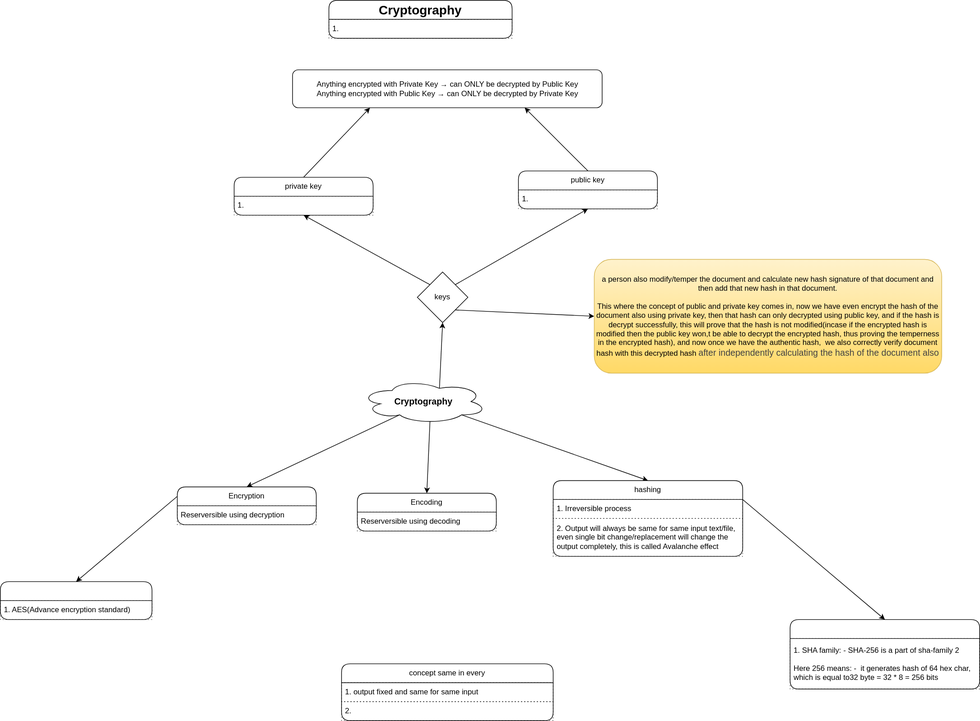
The draw.io diagram security/cryptography/cryptography.svg in knpvt5/Programming-Concepts, before a commit. Source tidied: cells renumbered, new cells last; positions are measured from the earlier drawing's top-left corner, leaving out a move shared by most shapes.
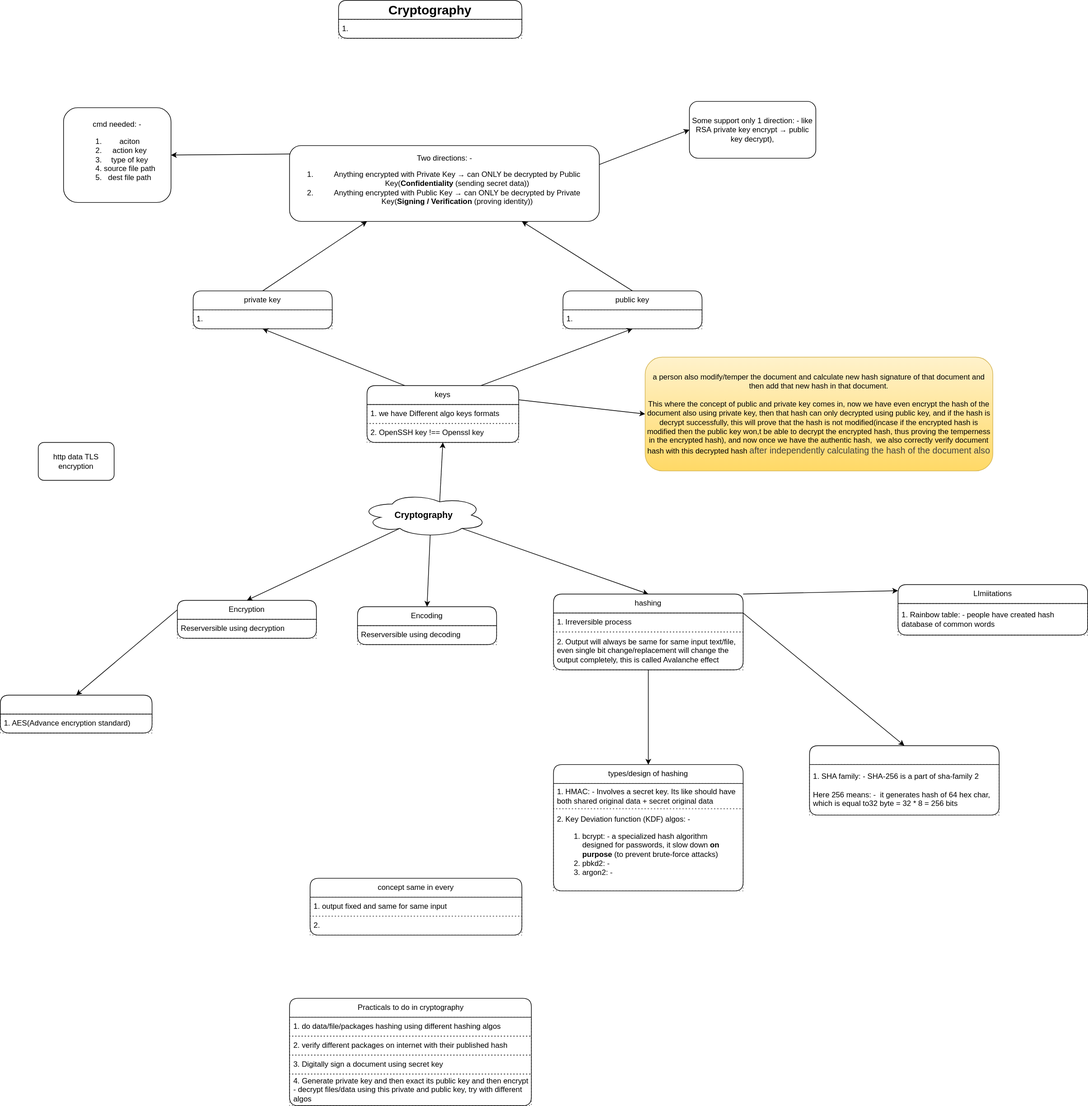
The same file after the commit.

The edit, as a diff of the source:
```diff
@@ -30,16 +30,25 @@
       <mxGeometry relative="1" as="geometry" />
     </mxCell>
     <mxCell id="11" value="private key" style="swimlane;fontStyle=0;horizontal=1;startSize=30;whiteSpace=wrap;html=1;rounded=1;" parent="1" vertex="1">
-      <mxGeometry x="370" y="280" width="220" height="60" as="geometry" />
+      <mxGeometry x="305" y="280" width="220" height="60" as="geometry" />
     </mxCell>
     <mxCell id="12" value="1." style="text;strokeColor=default;fillColor=none;align=left;verticalAlign=middle;spacingLeft=4;spacingRight=4;overflow=hidden;whiteSpace=wrap;html=1;dashed=1;dashPattern=1 4;" parent="11" vertex="1">
       <mxGeometry y="30" width="220" height="30" as="geometry" />
     </mxCell>
+    <mxCell id="34" value="keys" style="swimlane;fontStyle=0;horizontal=1;startSize=30;whiteSpace=wrap;html=1;rounded=1;" parent="1" vertex="1">
+      <mxGeometry x="580" y="430" width="240" height="90" as="geometry" />
+    </mxCell>
+    <mxCell id="37" value="1. we have Different algo keys formats" style="text;strokeColor=default;fillColor=none;align=left;verticalAlign=middle;spacingLeft=4;spacingRight=4;overflow=hidden;whiteSpace=wrap;html=1;dashed=1;dashPattern=1 4;" parent="34" vertex="1">
+      <mxGeometry y="30" width="240" height="30" as="geometry" />
+    </mxCell>
+    <mxCell id="38" value="2. OpenSSH key !== Openssl key" style="text;strokeColor=default;fillColor=none;align=left;verticalAlign=middle;spacingLeft=4;spacingRight=4;overflow=hidden;whiteSpace=wrap;html=1;dashed=1;dashPattern=1 4;" parent="34" vertex="1">
+      <mxGeometry y="60" width="240" height="30" as="geometry" />
+    </mxCell>
     <mxCell id="13" style="edgeStyle=none;html=1;exitX=0.5;exitY=0;exitDx=0;exitDy=0;entryX=0.75;entryY=1;entryDx=0;entryDy=0;" parent="1" edge="1" source="14" target="35">
       <mxGeometry relative="1" as="geometry" />
     </mxCell>
     <mxCell id="14" value="public key" style="swimlane;fontStyle=0;horizontal=1;startSize=30;whiteSpace=wrap;html=1;rounded=1;" parent="1" vertex="1">
-      <mxGeometry x="820" y="270" width="220" height="60" as="geometry" />
+      <mxGeometry x="890" y="280" width="220" height="60" as="geometry" />
     </mxCell>
     <mxCell id="15" value="1." style="text;strokeColor=default;fillColor=none;align=left;verticalAlign=middle;spacingLeft=4;spacingRight=4;overflow=hidden;whiteSpace=wrap;html=1;dashed=1;dashPattern=1 4;" parent="14" vertex="1">
       <mxGeometry y="30" width="220" height="30" as="geometry" />
@@ -57,7 +66,7 @@
       <mxGeometry y="30" width="240" height="30" as="geometry" />
     </mxCell>
     <mxCell id="20" value="&lt;div style=&quot;text-align: left;&quot;&gt;&lt;span style=&quot;background-color: transparent;&quot;&gt;concept same in every&lt;/span&gt;&lt;/div&gt;" style="swimlane;fontStyle=0;horizontal=1;startSize=30;whiteSpace=wrap;html=1;rounded=1;" parent="1" vertex="1">
-      <mxGeometry x="540" y="1050" width="335" height="90" as="geometry" />
+      <mxGeometry x="490" y="1210" width="335" height="90" as="geometry" />
     </mxCell>
     <mxCell id="21" value="1. output fixed and same for same input" style="text;strokeColor=default;fillColor=none;align=left;verticalAlign=middle;spacingLeft=4;spacingRight=4;overflow=hidden;whiteSpace=wrap;html=1;dashed=1;dashPattern=1 4;" parent="20" vertex="1">
       <mxGeometry y="30" width="335" height="30" as="geometry" />
@@ -65,9 +74,27 @@
     <mxCell id="22" value="2.&amp;nbsp;" style="text;strokeColor=default;fillColor=none;align=left;verticalAlign=middle;spacingLeft=4;spacingRight=4;overflow=hidden;whiteSpace=wrap;html=1;dashed=1;dashPattern=1 4;" parent="20" vertex="1">
       <mxGeometry y="60" width="335" height="30" as="geometry" />
     </mxCell>
+    <mxCell id="39" value="&lt;div style=&quot;text-align: left;&quot;&gt;&lt;font style=&quot;color: light-dark(rgb(0, 0, 0), rgb(255, 255, 255));&quot;&gt;Practicals to do in cryptography&lt;/font&gt;&lt;/div&gt;" style="swimlane;fontStyle=0;horizontal=1;startSize=30;whiteSpace=wrap;html=1;rounded=1;fillColor=light-dark(#FFFFFF,#FF0000);" parent="1" vertex="1">
+      <mxGeometry x="457.5" y="1400" width="382.5" height="170" as="geometry" />
+    </mxCell>
+    <mxCell id="40" value="1. do data/file/packages hashing using different hashing algos" style="text;strokeColor=default;fillColor=none;align=left;verticalAlign=middle;spacingLeft=4;spacingRight=4;overflow=hidden;whiteSpace=wrap;html=1;dashed=1;dashPattern=1 4;" parent="39" vertex="1">
+      <mxGeometry y="30" width="382.5" height="30" as="geometry" />
+    </mxCell>
+    <mxCell id="41" value="2. verify different packages on internet with their published hash" style="text;strokeColor=default;fillColor=none;align=left;verticalAlign=middle;spacingLeft=4;spacingRight=4;overflow=hidden;whiteSpace=wrap;html=1;dashed=1;dashPattern=1 4;" parent="39" vertex="1">
+      <mxGeometry y="60" width="382.5" height="30" as="geometry" />
+    </mxCell>
+    <mxCell id="42" value="3. Digitally sign a document using secret key" style="text;strokeColor=default;fillColor=none;align=left;verticalAlign=middle;spacingLeft=4;spacingRight=4;overflow=hidden;whiteSpace=wrap;html=1;dashed=1;dashPattern=1 4;" parent="39" vertex="1">
+      <mxGeometry y="90" width="382.5" height="30" as="geometry" />
+    </mxCell>
+    <mxCell id="43" value="4. Generate private key and then exact its public key and then encrypt - decrypt files/data using this private and public key, try with different algos" style="text;strokeColor=default;fillColor=none;align=left;verticalAlign=middle;spacingLeft=4;spacingRight=4;overflow=hidden;whiteSpace=wrap;html=1;dashed=1;dashPattern=1 4;" parent="39" vertex="1">
+      <mxGeometry y="120" width="382.5" height="50" as="geometry" />
+    </mxCell>
     <mxCell id="23" style="edgeStyle=none;html=1;exitX=1;exitY=0.25;exitDx=0;exitDy=0;entryX=0.5;entryY=0;entryDx=0;entryDy=0;" parent="1" edge="1" source="24" target="29">
       <mxGeometry relative="1" as="geometry" />
     </mxCell>
+    <mxCell id="44" style="edgeStyle=none;html=1;exitX=0.5;exitY=1;exitDx=0;exitDy=0;entryX=0.5;entryY=0;entryDx=0;entryDy=0;" parent="1" edge="1" source="24" target="47">
+      <mxGeometry relative="1" as="geometry" />
+    </mxCell>
     <mxCell id="24" value="hashing" style="swimlane;fontStyle=0;horizontal=1;startSize=30;whiteSpace=wrap;html=1;rounded=1;" parent="1" vertex="1">
       <mxGeometry x="875" y="760" width="300" height="120" as="geometry" />
     </mxCell>
@@ -78,34 +105,64 @@
       <mxGeometry y="60" width="300" height="60" as="geometry" />
     </mxCell>
     <mxCell id="27" value="&lt;b&gt;&lt;font style=&quot;font-size: 20px;&quot;&gt;Cryptography&lt;/font&gt;&lt;/b&gt;" style="swimlane;fontStyle=0;horizontal=1;startSize=30;whiteSpace=wrap;html=1;rounded=1;" parent="1" vertex="1">
-      <mxGeometry x="520" width="290" height="60" as="geometry" />
+      <mxGeometry x="535" y="-180" width="290" height="60" as="geometry" />
     </mxCell>
     <mxCell id="28" value="1.&amp;nbsp;" style="text;strokeColor=default;fillColor=none;align=left;verticalAlign=middle;spacingLeft=4;spacingRight=4;overflow=hidden;whiteSpace=wrap;html=1;dashed=1;dashPattern=1 4;" parent="27" vertex="1">
       <mxGeometry y="30" width="290" height="30" as="geometry" />
     </mxCell>
     <mxCell id="29" value="&lt;span style=&quot;text-align: left;&quot;&gt;&lt;font style=&quot;color: light-dark(rgb(255, 255, 255), rgb(255, 255, 255));&quot;&gt;Different hashing algos&lt;/font&gt;&lt;/span&gt;" style="swimlane;fontStyle=0;horizontal=1;startSize=30;whiteSpace=wrap;html=1;rounded=1;" parent="1" vertex="1">
-      <mxGeometry x="1250" y="980" width="300" height="110" as="geometry" />
+      <mxGeometry x="1280" y="1000" width="300" height="110" as="geometry" />
     </mxCell>
     <mxCell id="30" value="&lt;font style=&quot;color: light-dark(rgb(0, 0, 0), rgb(255, 255, 255));&quot;&gt;1. SHA family: - SHA-256 is a part of sha-family 2&lt;/font&gt;&lt;div&gt;&lt;font style=&quot;color: light-dark(rgb(0, 0, 0), rgb(255, 255, 255));&quot;&gt;&lt;br&gt;&lt;/font&gt;&lt;div&gt;&lt;font style=&quot;color: light-dark(rgb(0, 0, 0), rgb(255, 255, 255));&quot;&gt;Here 256 means: -&amp;nbsp; it generates hash of 64 hex char, which is equal to32 byte = 32 * 8 = 256 bits&lt;/font&gt;&lt;/div&gt;&lt;/div&gt;" style="text;strokeColor=default;fillColor=none;align=left;verticalAlign=middle;spacingLeft=4;spacingRight=4;overflow=hidden;whiteSpace=wrap;html=1;dashed=1;dashPattern=1 4;" parent="29" vertex="1">
       <mxGeometry y="30" width="300" height="80" as="geometry" />
     </mxCell>
+    <mxCell id="45" value="&lt;div style=&quot;text-align: left;&quot;&gt;&lt;span style=&quot;background-color: transparent;&quot;&gt;LImiitations&lt;/span&gt;&lt;/div&gt;" style="swimlane;fontStyle=0;horizontal=1;startSize=30;whiteSpace=wrap;html=1;rounded=1;" parent="1" vertex="1">
+      <mxGeometry x="1420" y="745" width="300" height="80" as="geometry" />
+    </mxCell>
+    <mxCell id="46" value="1. Rainbow table: - people have created hash database of common words" style="text;strokeColor=default;fillColor=none;align=left;verticalAlign=middle;spacingLeft=4;spacingRight=4;overflow=hidden;whiteSpace=wrap;html=1;dashed=1;dashPattern=1 4;" parent="45" vertex="1">
+      <mxGeometry y="30" width="300" height="50" as="geometry" />
+    </mxCell>
+    <mxCell id="47" value="types/design of hashing" style="swimlane;fontStyle=0;horizontal=1;startSize=30;whiteSpace=wrap;html=1;rounded=1;" parent="1" vertex="1">
+      <mxGeometry x="875" y="1030" width="300" height="200" as="geometry" />
+    </mxCell>
+    <mxCell id="48" value="1. HMAC: - Involves a secret key. Its like should have both shared original data + secret original data" style="text;strokeColor=default;fillColor=none;align=left;verticalAlign=middle;spacingLeft=4;spacingRight=4;overflow=hidden;whiteSpace=wrap;html=1;dashed=1;dashPattern=1 4;" parent="47" vertex="1">
+      <mxGeometry y="30" width="300" height="40" as="geometry" />
+    </mxCell>
+    <mxCell id="49" value="&lt;font style=&quot;color: light-dark(rgb(0, 0, 0), rgb(255, 255, 255));&quot;&gt;2. Key Deviation function (KDF) algos: -&lt;/font&gt;&lt;div&gt;&lt;ol&gt;&lt;li&gt;&lt;font style=&quot;color: light-dark(rgb(0, 0, 0), rgb(255, 255, 255));&quot;&gt;&lt;span&gt;bcrypt: - a&amp;nbsp;&lt;/span&gt;&lt;span style=&quot;scrollbar-color: rgb(75, 75, 75) rgb(27, 29, 30);&quot;&gt;specialized hash algorithm designed for passwords, it slow down&amp;nbsp;&lt;strong style=&quot;scrollbar-color: rgb(75, 75, 75) rgb(27, 29, 30);&quot;&gt;on purpose&lt;/strong&gt;&amp;nbsp;(to prevent brute-force attacks)&amp;nbsp;&lt;/span&gt;&lt;/font&gt;&lt;/li&gt;&lt;li&gt;pbkd2: -&lt;/li&gt;&lt;li&gt;argon2: -&lt;/li&gt;&lt;/ol&gt;&lt;/div&gt;" style="text;strokeColor=default;fillColor=none;align=left;verticalAlign=middle;spacingLeft=4;spacingRight=4;overflow=hidden;whiteSpace=wrap;html=1;dashed=1;dashPattern=1 4;" parent="47" vertex="1">
+      <mxGeometry y="70" width="300" height="130" as="geometry" />
+    </mxCell>
-    <mxCell id="31" style="edgeStyle=none;html=1;exitX=0;exitY=0;exitDx=0;exitDy=0;entryX=0.5;entryY=1;entryDx=0;entryDy=0;" parent="1" edge="1" source="34" target="11">
+    <mxCell id="31" style="edgeStyle=none;html=1;exitX=0.25;exitY=0;exitDx=0;exitDy=0;entryX=0.5;entryY=1;entryDx=0;entryDy=0;" parent="1" edge="1" source="34" target="11">
       <mxGeometry relative="1" as="geometry" />
     </mxCell>
-    <mxCell id="32" style="edgeStyle=none;html=1;exitX=1;exitY=0;exitDx=0;exitDy=0;entryX=0.5;entryY=1;entryDx=0;entryDy=0;" parent="1" edge="1" source="34" target="14">
+    <mxCell id="32" style="edgeStyle=none;html=1;entryX=0.5;entryY=1;entryDx=0;entryDy=0;exitX=0.75;exitY=0;exitDx=0;exitDy=0;" parent="1" edge="1" source="34" target="14">
       <mxGeometry relative="1" as="geometry" />
     </mxCell>
-    <mxCell id="33" style="edgeStyle=none;html=1;exitX=1;exitY=1;exitDx=0;exitDy=0;entryX=0;entryY=0.5;entryDx=0;entryDy=0;" parent="1" edge="1" source="34" target="36">
+    <mxCell id="33" style="edgeStyle=none;html=1;exitX=1;exitY=0.25;exitDx=0;exitDy=0;entryX=0;entryY=0.5;entryDx=0;entryDy=0;" parent="1" edge="1" source="34" target="36">
       <mxGeometry relative="1" as="geometry" />
     </mxCell>
-    <mxCell id="34" value="keys" style="rhombus;whiteSpace=wrap;html=1;" parent="1" vertex="1">
-      <mxGeometry x="660" y="430" width="80" height="80" as="geometry" />
-    </mxCell>
+    <mxCell id="50" style="edgeStyle=none;html=1;exitX=0.007;exitY=0.111;exitDx=0;exitDy=0;exitPerimeter=0;entryX=1;entryY=0.5;entryDx=0;entryDy=0;" parent="1" edge="1" source="35" target="53">
+      <mxGeometry relative="1" as="geometry" />
+    </mxCell>
+    <mxCell id="51" style="edgeStyle=none;html=1;exitX=1;exitY=0.25;exitDx=0;exitDy=0;entryX=0;entryY=0.5;entryDx=0;entryDy=0;" parent="1" edge="1" source="35" target="54">
+      <mxGeometry relative="1" as="geometry" />
+    </mxCell>
-    <mxCell id="35" value="Anything encrypted with Private Key  → can ONLY be decrypted by Public Key&lt;br/&gt;Anything encrypted with Public Key   → can ONLY be decrypted by Private Key" style="rounded=1;whiteSpace=wrap;html=1;" parent="1" vertex="1">
-      <mxGeometry x="462.5" y="110" width="490" height="60" as="geometry" />
+    <mxCell id="35" value="&lt;div&gt;Two directions: -&lt;/div&gt;&lt;ol&gt;&lt;li&gt;Anything encrypted with Private Key  → can ONLY be decrypted by Public Key(&lt;strong&gt;Confidentiality&lt;/strong&gt; (sending secret data))&lt;/li&gt;&lt;li&gt;Anything encrypted with Public Key   → can ONLY be decrypted by Private Key(&lt;strong&gt;Signing / Verification&lt;/strong&gt; (proving identity))&lt;/li&gt;&lt;/ol&gt;" style="rounded=1;whiteSpace=wrap;html=1;" parent="1" vertex="1">
+      <mxGeometry x="457.5" y="50" width="490" height="120" as="geometry" />
     </mxCell>
     <mxCell id="36" value="a person also modify/temper the document and calculate new hash signature of that document and then add that new hash in that document.&lt;div&gt;&lt;font color=&quot;#ffffff&quot;&gt;&lt;br&gt;&lt;/font&gt;This where the concept of public and private key comes in, now we have even encrypt the hash of the document also using private key, then that hash can only decrypted using public key, and if the hash is decrypt successfully, this will prove that the hash is not modified(incase if the encrypted hash is modified then the public key won,t be able to decrypt the encrypted hash, thus proving the temperness in the encrypted hash), and now once we have the authentic hash,&amp;nbsp; we also correctly verify document hash with this decrypted hash&amp;nbsp;&lt;span style=&quot;font-family: Poppins, &amp;quot;Noto Color Emoji&amp;quot;, sans-serif; font-size: 14px; text-align: start; white-space-collapse: preserve;&quot;&gt;&lt;font style=&quot;color: light-dark(rgb(66, 66, 66), rgb(255, 255, 255));&quot;&gt;after independently calculating the hash of the document also&lt;/font&gt;&lt;/span&gt;&lt;/div&gt;" style="rounded=1;whiteSpace=wrap;html=1;fillColor=#fff2cc;gradientColor=#ffd966;strokeColor=#d6b656;" parent="1" vertex="1">
-      <mxGeometry x="940" y="410" width="550" height="180" as="geometry" />
+      <mxGeometry x="1020" y="385" width="550" height="180" as="geometry" />
     </mxCell>
+    <mxCell id="52" style="edgeStyle=none;html=1;exitX=1;exitY=0;exitDx=0;exitDy=0;entryX=0;entryY=0.121;entryDx=0;entryDy=0;entryPerimeter=0;" parent="1" edge="1" source="24" target="45">
+      <mxGeometry relative="1" as="geometry" />
+    </mxCell>
+    <mxCell id="53" value="&lt;div&gt;cmd needed: -&lt;/div&gt;&lt;div&gt;&lt;ol&gt;&lt;li&gt;aciton&lt;/li&gt;&lt;li&gt;action key&lt;/li&gt;&lt;li&gt;type of key&lt;/li&gt;&lt;li&gt;source file path&lt;/li&gt;&lt;li&gt;dest file path&lt;/li&gt;&lt;/ol&gt;&lt;/div&gt;" style="rounded=1;whiteSpace=wrap;html=1;" parent="1" vertex="1">
+      <mxGeometry x="100" y="-10" width="170" height="150" as="geometry" />
+    </mxCell>
+    <mxCell id="54" value="Some support only 1 direction: - like RSA&amp;nbsp;private key encrypt → public key decrypt)," style="rounded=1;whiteSpace=wrap;html=1;" parent="1" vertex="1">
+      <mxGeometry x="1090" y="-20" width="200" height="90" as="geometry" />
+    </mxCell>
+    <mxCell id="55" value="http data TLS encryption" style="rounded=1;whiteSpace=wrap;html=1;" parent="1" vertex="1">
+      <mxGeometry x="60" y="520" width="120" height="60" as="geometry" />
+    </mxCell>
   </root>
 </mxGraphModel>
```
